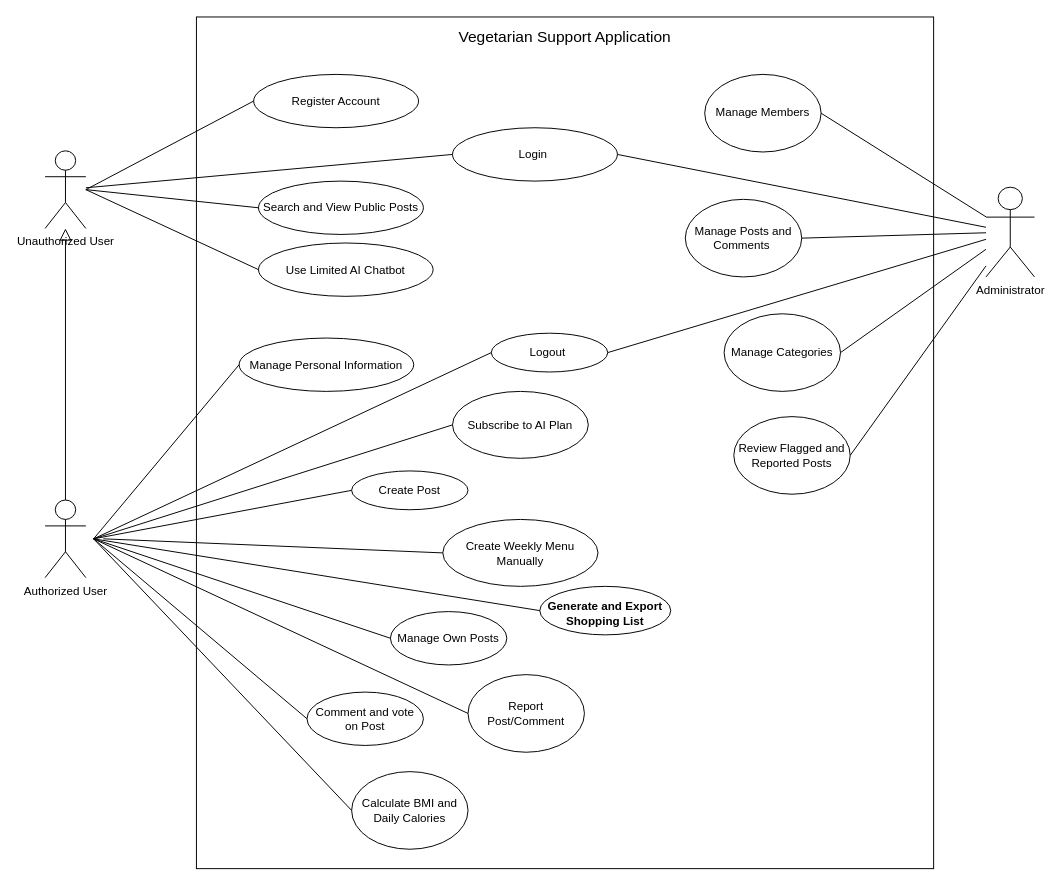
Above: docs/diagrams/UseCase/usecase-vegetarian-support-application.drawio in NgaiLong49423/vegetarian-support-system (draw.io), before the change. Source tidied: cells renumbered, new cells numbered last; positions are measured from the earlier drawing's top-left corner, leaving out a move shared by most shapes. Both pictures are drawn from the tidied source at 97%, with x=0, y=0 at pixel (45, 16).
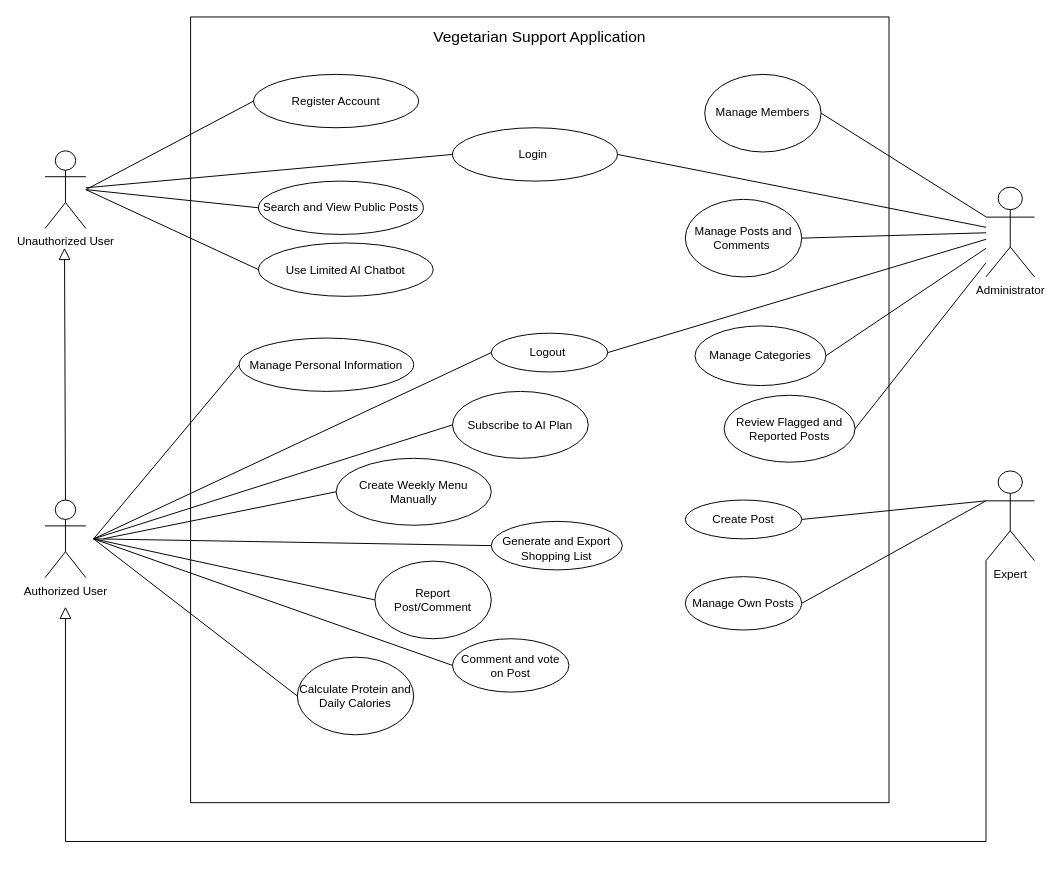
Above is the later version.

Commit message (it also covers changes not shown here):
chore(diagram): update use case diagram and associated image

Unchanged cells that the change refers to:
```xml
<mxCell id="3" value="Unauthorized User" style="shape=umlActor;verticalLabelPosition=bottom;verticalAlign=top;html=1;outlineConnect=0;strokeWidth=1;fontFamily=Helvetica;fontSize=12;" parent="1" vertex="1">
  <mxGeometry y="138" width="42" height="80" as="geometry" />
</mxCell>
<mxCell id="4" value="Authorized User" style="shape=umlActor;verticalLabelPosition=bottom;verticalAlign=top;html=1;outlineConnect=0;strokeWidth=1;fontFamily=Helvetica;fontSize=12;" parent="1" vertex="1">
  <mxGeometry y="498" width="42" height="80" as="geometry" />
</mxCell>
```

Change to the diagram source:
```diff
@@
     <mxCell id="2" value="Vegetarian Support Application" style="rounded=0;whiteSpace=wrap;html=1;strokeWidth=1;verticalAlign=top;fontStyle=0;fontSize=16;spacingTop=4;fontFamily=Helvetica;" parent="1" vertex="1">
-      <mxGeometry x="156" width="760" height="878" as="geometry" />
+      <mxGeometry x="150" width="720" height="810" as="geometry" />
     </mxCell>
@@
-    <mxCell id="6" style="endArrow=block;endSize=10;endFill=0;html=1;rounded=0;strokeWidth=1;exitX=0.5;exitY=0;exitDx=0;exitDy=0;exitPerimeter=0;entryX=0.5;entryY=1;entryDx=0;entryDy=0;entryPerimeter=0;fontSize=12;" parent="1" edge="1" source="4" target="3">
-      <mxGeometry relative="1" as="geometry" />
+    <mxCell id="6" style="endArrow=block;endSize=10;endFill=0;html=1;rounded=0;strokeWidth=1;exitX=0.5;exitY=0;exitDx=0;exitDy=0;exitPerimeter=0;fontSize=12;" parent="1" edge="1" source="4">
+      <mxGeometry relative="1" as="geometry">
+        <mxPoint x="20" y="238" as="targetPoint" />
+      </mxGeometry>
     </mxCell>
@@
     <mxCell id="16" value="Comment and vote on Post" style="ellipse;whiteSpace=wrap;html=1;shapeInside=1;fontSize=12;" parent="1" vertex="1">
-      <mxGeometry x="270" y="696" width="120" height="55" as="geometry" />
+      <mxGeometry x="420" y="641" width="120" height="55" as="geometry" />
     </mxCell>
     <mxCell id="17" value="Manage Own Posts" style="ellipse;whiteSpace=wrap;html=1;shapeInside=1;fontSize=12;" parent="1" vertex="1">
-      <mxGeometry x="356" y="613" width="120" height="55" as="geometry" />
+      <mxGeometry x="660" y="577" width="120" height="55" as="geometry" />
     </mxCell>
     <mxCell id="18" value="Create Post" style="ellipse;whiteSpace=wrap;html=1;shapeInside=1;fontSize=12;" parent="1" vertex="1">
-      <mxGeometry x="316" y="468" width="120" height="40" as="geometry" />
+      <mxGeometry x="660" y="498" width="120" height="40" as="geometry" />
     </mxCell>
@@
     <mxCell id="22" value="Create Weekly Menu Manually" style="ellipse;whiteSpace=wrap;html=1;shapeInside=1;fontSize=12;" parent="1" vertex="1">
-      <mxGeometry x="410" y="518" width="160" height="69" as="geometry" />
+      <mxGeometry x="300" y="455" width="160" height="69" as="geometry" />
     </mxCell>
     <mxCell id="23" value="Report Post/Comment" style="ellipse;whiteSpace=wrap;html=1;shapeInside=1;fontSize=12;" parent="1" vertex="1">
-      <mxGeometry x="436" y="678" width="120" height="80" as="geometry" />
+      <mxGeometry x="340" y="561" width="120" height="80" as="geometry" />
     </mxCell>
-    <mxCell id="24" value="&lt;div&gt;Calculate BMI and Daily Calories&lt;/div&gt;" style="ellipse;whiteSpace=wrap;html=1;shapeInside=1;fontSize=12;" parent="1" vertex="1">
-      <mxGeometry x="316" y="778" width="120" height="80" as="geometry" />
+    <mxCell id="24" value="&lt;div&gt;Calculate Protein and Daily Calories&lt;/div&gt;" style="ellipse;whiteSpace=wrap;html=1;shapeInside=1;fontSize=12;" parent="1" vertex="1">
+      <mxGeometry x="260" y="660" width="120" height="80" as="geometry" />
     </mxCell>
     <mxCell id="25" value="Review Flagged and Reported Posts" style="ellipse;whiteSpace=wrap;html=1;shapeInside=1;fontSize=12;" parent="1" vertex="1">
-      <mxGeometry x="710" y="412" width="120" height="80" as="geometry" />
+      <mxGeometry x="700" y="390" width="135" height="69" as="geometry" />
     </mxCell>
     <mxCell id="26" value="Manage Categories" style="ellipse;whiteSpace=wrap;html=1;shapeInside=1;fontSize=12;" parent="1" vertex="1">
-      <mxGeometry x="700" y="306" width="120" height="80" as="geometry" />
+      <mxGeometry x="670" y="318.5" width="135" height="61.5" as="geometry" />
     </mxCell>
@@
-    <mxCell id="32" style="endArrow=none;html=1;rounded=0;exitX=0;exitY=0.5;exitDx=0;exitDy=0;" parent="1" edge="1" source="17">
-      <mxGeometry relative="1" as="geometry">
-        <mxPoint x="50" y="538" as="targetPoint" />
-      </mxGeometry>
+    <mxCell id="32" style="endArrow=none;html=1;rounded=0;exitX=1;exitY=0.5;exitDx=0;exitDy=0;entryX=0;entryY=0.3333333333333333;entryDx=0;entryDy=0;entryPerimeter=0;" parent="1" edge="1" source="17" target="45">
+      <mxGeometry relative="1" as="geometry" />
     </mxCell>
-    <mxCell id="33" style="endArrow=none;html=1;rounded=0;exitX=0;exitY=0.5;exitDx=0;exitDy=0;" parent="1" edge="1" source="18">
-      <mxGeometry relative="1" as="geometry">
-        <mxPoint x="50" y="538" as="targetPoint" />
-      </mxGeometry>
+    <mxCell id="33" style="endArrow=none;html=1;rounded=0;exitX=1;exitY=0.5;exitDx=0;exitDy=0;entryX=0;entryY=0.3333333333333333;entryDx=0;entryDy=0;entryPerimeter=0;" parent="1" edge="1" source="18" target="45">
+      <mxGeometry relative="1" as="geometry" />
     </mxCell>
@@
-    <mxCell id="43" value="&lt;table&gt;&lt;tbody&gt;&lt;tr&gt;&lt;td&gt;&lt;/td&gt;&lt;/tr&gt;&lt;/tbody&gt;&lt;/table&gt;&lt;table&gt;&lt;tbody&gt;&lt;tr&gt;&lt;td&gt;&lt;strong&gt;Generate and Export Shopping List&lt;/strong&gt;&lt;/td&gt;&lt;/tr&gt;&lt;/tbody&gt;&lt;/table&gt;" style="ellipse;whiteSpace=wrap;html=1;" parent="1" vertex="1">
-      <mxGeometry x="510" y="587" width="135" height="50" as="geometry" />
+    <mxCell id="43" value="&lt;table&gt;&lt;tbody&gt;&lt;tr&gt;&lt;td&gt;&lt;/td&gt;&lt;/tr&gt;&lt;/tbody&gt;&lt;/table&gt;&lt;table&gt;&lt;tbody&gt;&lt;tr&gt;&lt;td&gt;Generate and Export Shopping List&lt;/td&gt;&lt;/tr&gt;&lt;/tbody&gt;&lt;/table&gt;" style="ellipse;whiteSpace=wrap;html=1;" parent="1" vertex="1">
+      <mxGeometry x="460" y="520" width="135" height="50" as="geometry" />
     </mxCell>
@@
+    <mxCell id="45" value="Expert" style="shape=umlActor;verticalLabelPosition=bottom;verticalAlign=top;html=1;outlineConnect=0;strokeWidth=1;fontFamily=Helvetica;fontSize=12;" parent="1" vertex="1">
+      <mxGeometry x="970" y="468" width="50" height="92.5" as="geometry" />
+    </mxCell>
+    <mxCell id="46" style="endArrow=block;endSize=10;endFill=0;html=1;rounded=0;strokeWidth=1;exitX=0;exitY=1;exitDx=0;exitDy=0;exitPerimeter=0;fontSize=12;edgeStyle=orthogonalEdgeStyle;" parent="1" edge="1" source="45">
+      <mxGeometry relative="1" as="geometry">
+        <mxPoint x="21" y="608" as="targetPoint" />
+        <Array as="points">
+          <mxPoint x="970" y="850" />
+          <mxPoint x="21.1" y="850" />
+        </Array>
+      </mxGeometry>
+    </mxCell>
```
